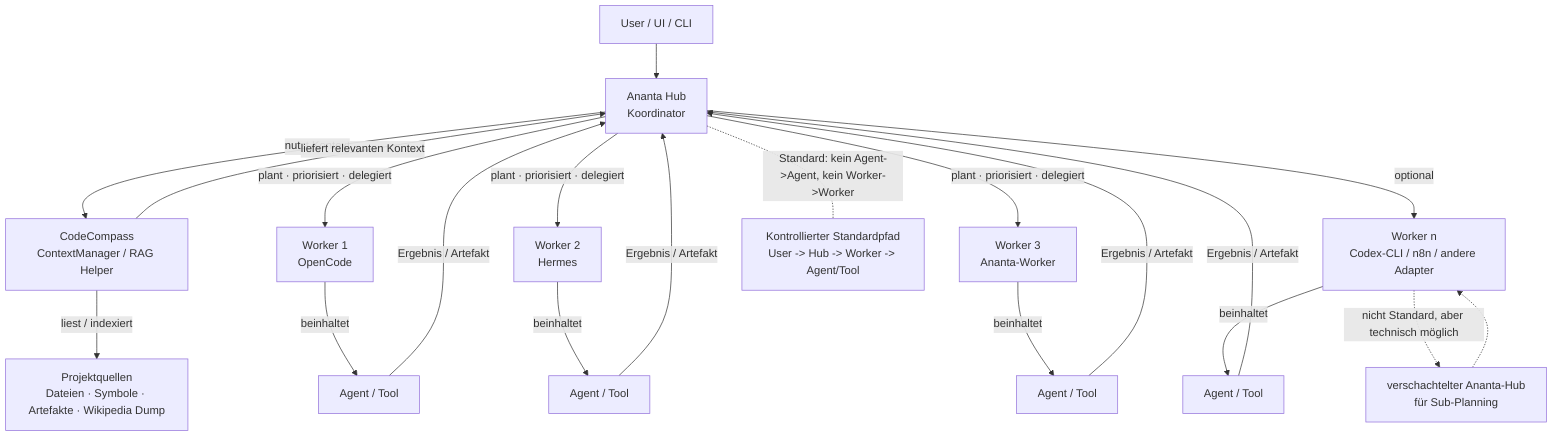
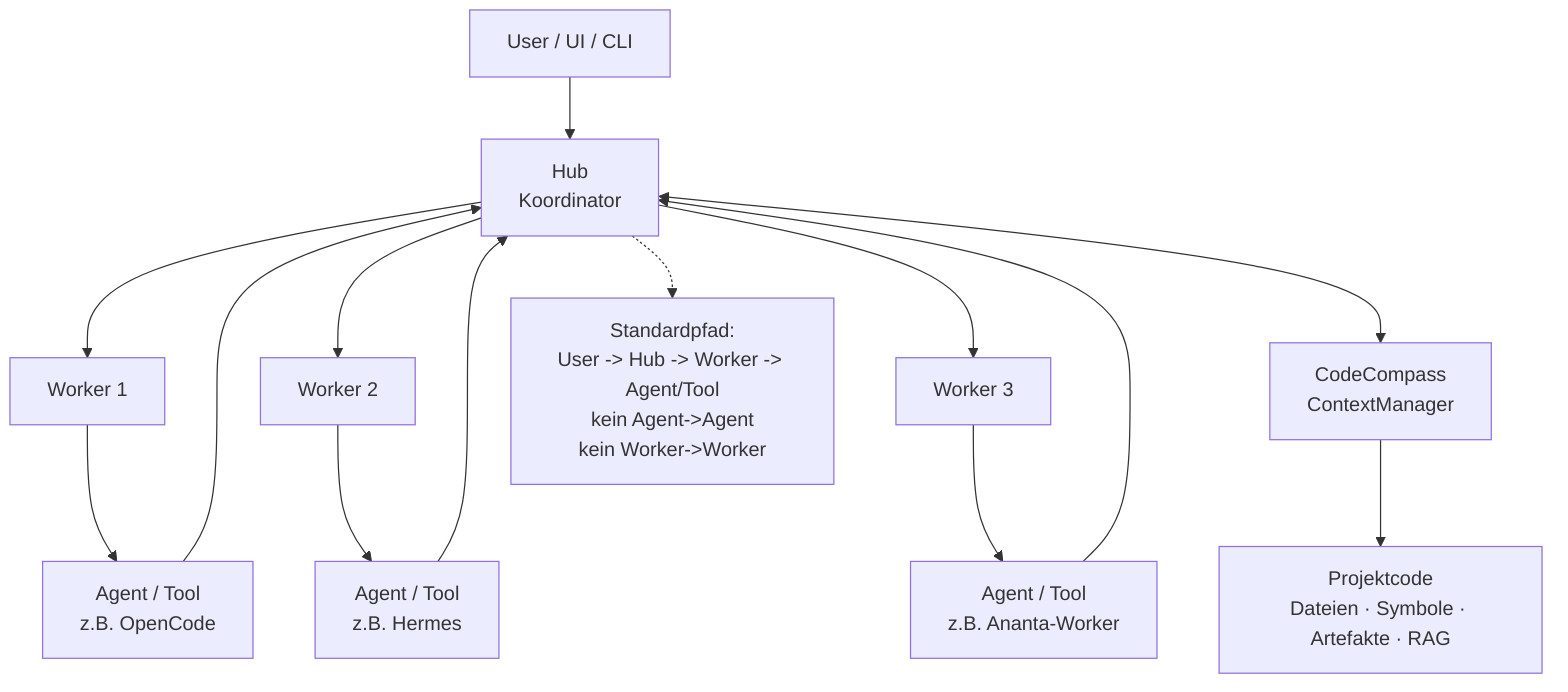
- %% Ananta MVP architecture overview
- %% Focus: simple Hub -> Worker -> Agent model with CodeCompass as shared context provider.
+ %% Ananta architecture - simple explanation for demos
+ %% Der Hub koordiniert. Worker fuehren aus. Agents/Tools laufen in Workern.
+ %% CodeCompass liefert den Projektkontext.

flowchart TD
-     U["User / UI / CLI"] --> H["Ananta Hub\nKoordinator"]
+     U["User / UI / CLI"] --> H["Hub\nKoordinator"]

-     H -->|"nutzt Kontext"| CC["CodeCompass\nContextManager / RAG Helper"]
-     CC -->|"liest / indexiert"| SRC["Projektquellen\nDateien · Symbole · Artefakte · Wikipedia Dump"]
-     CC -->|"liefert relevanten Kontext"| H
+     H --> W1["Worker 1"]
+     H --> W2["Worker 2"]
+     H --> W3["Worker 3"]

-     H -->|"plant · priorisiert · delegiert"| W1["Worker 1\nOpenCode"]
-     H -->|"plant · priorisiert · delegiert"| W2["Worker 2\nHermes"]
-     H -->|"plant · priorisiert · delegiert"| W3["Worker 3\nAnanta-Worker"]
-     H -->|"optional"| W4["Worker n\nCodex-CLI / n8n / andere Adapter"]
+     W1 --> A1["Agent / Tool\nz.B. OpenCode"]
+     W2 --> A2["Agent / Tool\nz.B. Hermes"]
+     W3 --> A3["Agent / Tool\nz.B. Ananta-Worker"]

-     W1 -->|"beinhaltet"| A1["Agent / Tool"]
-     W2 -->|"beinhaltet"| A2["Agent / Tool"]
-     W3 -->|"beinhaltet"| A3["Agent / Tool"]
-     W4 -->|"beinhaltet"| A4["Agent / Tool"]
+     H <--> CC["CodeCompass\nContextManager"]
+     CC --> SRC["Projektcode\nDateien · Symbole · Artefakte · RAG"]

-     A1 -->|"Ergebnis / Artefakt"| H
-     A2 -->|"Ergebnis / Artefakt"| H
-     A3 -->|"Ergebnis / Artefakt"| H
-     A4 -->|"Ergebnis / Artefakt"| H
+     A1 --> H
+     A2 --> H
+     A3 --> H

-     H -. "Standard: kein Agent->Agent, kein Worker->Worker" .- GUARD["Kontrollierter Standardpfad\nUser -> Hub -> Worker -> Agent/Tool"]
- 
-     W4 -. "nicht Standard, aber technisch möglich" .-> SUB["verschachtelter Ananta-Hub\nfür Sub-Planning"]
-     SUB -.-> W4
+     H -.-> RULE["Standardpfad:\nUser -> Hub -> Worker -> Agent/Tool\nkein Agent->Agent\nkein Worker->Worker"]
